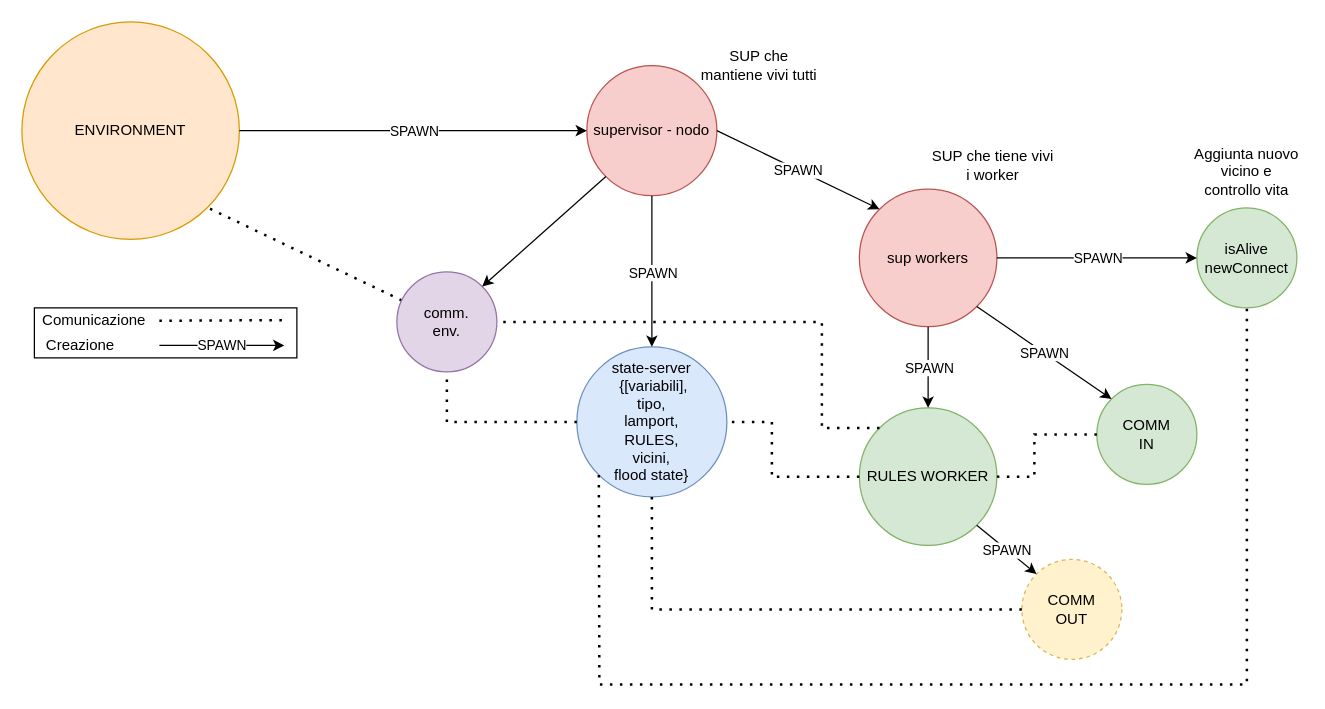
This is relazione/draws/draw_nodeworker.drawio from DiegoBorsoi/ProgettoSistemiDistribuiti, a draw.io file, before an edit. Source tidied: cells renumbered, new cells numbered last; positions are measured from the earlier drawing's top-left corner, leaving out a move shared by most shapes. Both pictures are drawn from the tidied source at 125%, with x=0, y=0 at pixel (21, 21).
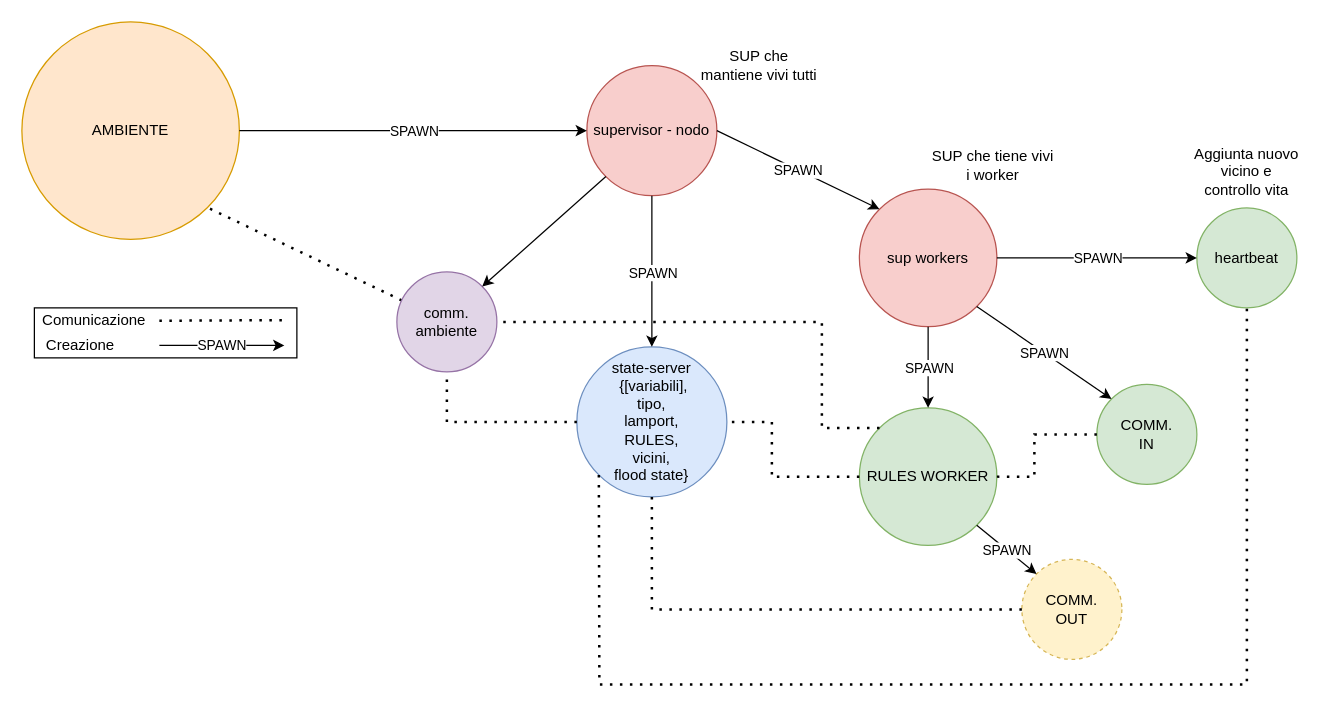
The same page after the edit.

The edit, as a diff of the source:
```diff
@@
-    <mxCell id="6" value="COMM&lt;br&gt;IN" style="ellipse;whiteSpace=wrap;html=1;fillColor=#d5e8d4;strokeColor=#82b366;" parent="1" vertex="1">
+    <mxCell id="6" value="COMM.&lt;br&gt;IN" style="ellipse;whiteSpace=wrap;html=1;fillColor=#d5e8d4;strokeColor=#82b366;" parent="1" vertex="1">
       <mxGeometry x="860" y="290" width="80" height="80" as="geometry" />
     </mxCell>
@@
-    <mxCell id="10" value="ENVIRONMENT" style="ellipse;whiteSpace=wrap;html=1;fillColor=#ffe6cc;strokeColor=#d79b00;" parent="1" vertex="1">
+    <mxCell id="10" value="AMBIENTE" style="ellipse;whiteSpace=wrap;html=1;fillColor=#ffe6cc;strokeColor=#d79b00;" parent="1" vertex="1">
       <mxGeometry width="174" height="174" as="geometry" />
     </mxCell>
@@
-    <mxCell id="14" value="isAlive&lt;br&gt;newConnect" style="ellipse;whiteSpace=wrap;html=1;fillColor=#d5e8d4;strokeColor=#82b366;" parent="1" vertex="1">
+    <mxCell id="14" value="heartbeat" style="ellipse;whiteSpace=wrap;html=1;fillColor=#d5e8d4;strokeColor=#82b366;" parent="1" vertex="1">
       <mxGeometry x="940" y="148.8" width="80" height="80" as="geometry" />
     </mxCell>
@@
-    <mxCell id="16" value="comm.&lt;br&gt;env." style="ellipse;whiteSpace=wrap;html=1;fillColor=#e1d5e7;strokeColor=#9673a6;" parent="1" vertex="1">
+    <mxCell id="16" value="comm.&lt;br&gt;ambiente" style="ellipse;whiteSpace=wrap;html=1;fillColor=#e1d5e7;strokeColor=#9673a6;" parent="1" vertex="1">
       <mxGeometry x="300" y="200" width="80" height="80" as="geometry" />
     </mxCell>
@@
-    <mxCell id="18" value="COMM&lt;br&gt;OUT" style="ellipse;whiteSpace=wrap;html=1;dashed=1;fillColor=#fff2cc;strokeColor=#d6b656;" parent="1" vertex="1">
+    <mxCell id="18" value="COMM.&lt;br&gt;OUT" style="ellipse;whiteSpace=wrap;html=1;dashed=1;fillColor=#fff2cc;strokeColor=#d6b656;" parent="1" vertex="1">
       <mxGeometry x="800" y="430" width="80" height="80" as="geometry" />
     </mxCell>
```
